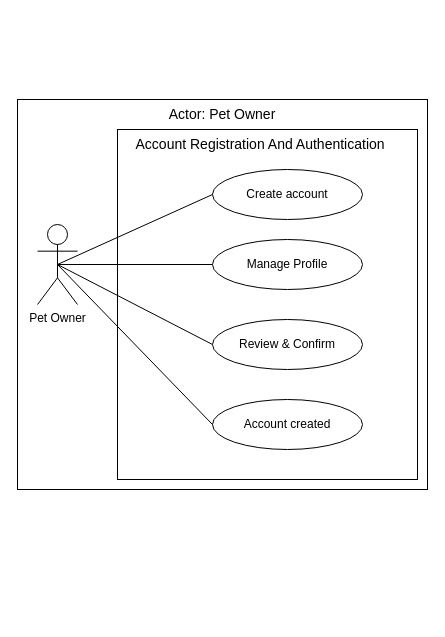
Above: page "figure 1" (1 of 10) of USE-CASE_Diagram_Franco.drawio in Chels013/Breedr-Diagrams (draw.io), before the change. Source tidied: cells renumbered, new cells numbered last; positions are measured from the earlier drawing's top-left corner, leaving out a move shared by most shapes. Both pictures are drawn from the tidied source at 100%, with x=0, y=0 at pixel (17, 17).
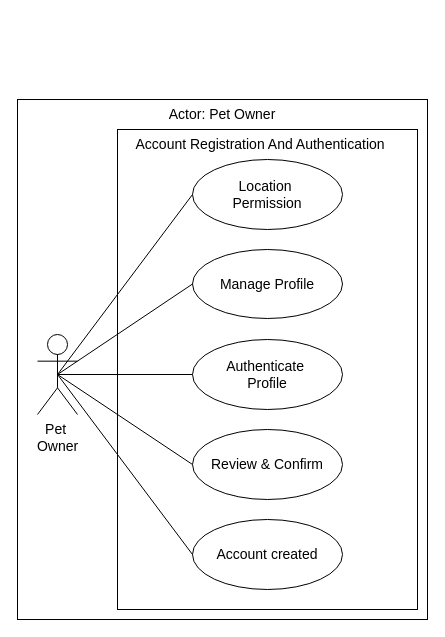
The same diagram, later.

The edit, as a diff of the source:
```diff
@@
 <mxGraphModel>
   <root>
     <mxCell id="0" />
     <mxCell id="1" parent="0" />
     <mxCell id="2" value="&lt;div&gt;&lt;div&gt;&lt;/div&gt;&lt;/div&gt;" style="rounded=0;whiteSpace=wrap;html=1;" parent="1" vertex="1">
-      <mxGeometry y="82" width="410" height="390" as="geometry" />
+      <mxGeometry y="82" width="410" height="520" as="geometry" />
     </mxCell>
     <mxCell id="3" value="&lt;div&gt;&lt;/div&gt;" style="text;html=1;align=center;verticalAlign=middle;strokeColor=none;fillColor=none;" parent="1" vertex="1">
       <mxGeometry x="340" width="20" height="10" as="geometry" />
     </mxCell>
-    <mxCell id="4" value="Pet Owner" style="shape=umlActor;verticalLabelPosition=bottom;verticalAlign=top;html=1;outlineConnect=0;" parent="1" vertex="1">
-      <mxGeometry x="20" y="207" width="40" height="80" as="geometry" />
+    <mxCell id="4" value="&lt;font style=&quot;font-size: 14px;&quot;&gt;Pet&amp;nbsp;&lt;/font&gt;&lt;div&gt;&lt;font style=&quot;font-size: 14px;&quot;&gt;Owner&lt;/font&gt;&lt;/div&gt;" style="shape=umlActor;verticalLabelPosition=bottom;verticalAlign=top;html=1;outlineConnect=0;" parent="1" vertex="1">
+      <mxGeometry x="20" y="317" width="40" height="80" as="geometry" />
     </mxCell>
     <mxCell id="5" value="&lt;font style=&quot;color: rgb(0, 0, 0);&quot;&gt;Actor: Pet Owner&lt;/font&gt;" style="text;html=1;align=center;verticalAlign=middle;whiteSpace=wrap;rounded=0;fontFamily=Helvetica;fontSize=14;fontColor=default;" parent="1" vertex="1">
       <mxGeometry x="25" y="82" width="360" height="30" as="geometry" />
     </mxCell>
     <mxCell id="6" style="rounded=0;whiteSpace=wrap;html=1;align=center;verticalAlign=middle;fontFamily=Helvetica;fontSize=12;fontColor=default;fillColor=none;gradientColor=none;" parent="1" vertex="1">
-      <mxGeometry x="100" y="112" width="300" height="350" as="geometry" />
+      <mxGeometry x="100" y="112" width="300" height="480" as="geometry" />
     </mxCell>
     <mxCell id="7" value="Account Registration And Authentication&amp;nbsp;" style="text;html=1;align=center;verticalAlign=middle;whiteSpace=wrap;rounded=0;fontFamily=Helvetica;fontSize=14;fontColor=default;" parent="1" vertex="1">
       <mxGeometry x="100" y="112" width="290" height="30" as="geometry" />
     </mxCell>
-    <mxCell id="8" value="Create account" style="ellipse;whiteSpace=wrap;html=1;rounded=0;align=center;verticalAlign=middle;fontFamily=Helvetica;fontSize=12;fontColor=default;fillColor=#FFFFFF;gradientColor=none;" parent="1" vertex="1">
-      <mxGeometry x="195" y="152" width="150" height="50" as="geometry" />
-    </mxCell>
-    <mxCell id="9" value="Manage Profile" style="ellipse;whiteSpace=wrap;html=1;rounded=0;align=center;verticalAlign=middle;fontFamily=Helvetica;fontSize=12;fontColor=default;fillColor=#FFFFFF;gradientColor=none;" parent="1" vertex="1">
-      <mxGeometry x="195" y="222" width="150" height="50" as="geometry" />
+    <mxCell id="9" value="&lt;font style=&quot;font-size: 14px;&quot;&gt;Manage Profile&lt;/font&gt;" style="ellipse;whiteSpace=wrap;html=1;rounded=0;align=center;verticalAlign=middle;fontFamily=Helvetica;fontSize=12;fontColor=default;fillColor=#FFFFFF;gradientColor=none;" parent="1" vertex="1">
+      <mxGeometry x="175" y="232" width="150" height="69" as="geometry" />
     </mxCell>
-    <mxCell id="10" style="endArrow=none;html=1;entryX=0;entryY=0.5;entryDx=0;entryDy=0;exitX=0.5;exitY=0.5;exitDx=0;exitDy=0;exitPerimeter=0;" parent="1" edge="1" source="4" target="8">
-      <mxGeometry relative="1" as="geometry" />
-    </mxCell>
     <mxCell id="11" style="endArrow=none;html=1;entryX=0;entryY=0.5;entryDx=0;entryDy=0;exitX=0.5;exitY=0.5;exitDx=0;exitDy=0;exitPerimeter=0;" parent="1" edge="1" source="4" target="9">
       <mxGeometry relative="1" as="geometry" />
     </mxCell>
-    <mxCell id="12" value="Review &amp;amp; Confirm" style="ellipse;whiteSpace=wrap;html=1;rounded=0;align=center;verticalAlign=middle;fontFamily=Helvetica;fontSize=12;fontColor=default;fillColor=#FFFFFF;gradientColor=none;" parent="1" vertex="1">
-      <mxGeometry x="195" y="302" width="150" height="50" as="geometry" />
+    <mxCell id="12" value="&lt;font style=&quot;font-size: 14px;&quot;&gt;Review &amp;amp; Confirm&lt;/font&gt;" style="ellipse;whiteSpace=wrap;html=1;rounded=0;align=center;verticalAlign=middle;fontFamily=Helvetica;fontSize=12;fontColor=default;fillColor=#FFFFFF;gradientColor=none;" parent="1" vertex="1">
+      <mxGeometry x="175" y="412" width="150" height="70" as="geometry" />
     </mxCell>
-    <mxCell id="13" value="Account created" style="ellipse;whiteSpace=wrap;html=1;rounded=0;align=center;verticalAlign=middle;fontFamily=Helvetica;fontSize=12;fontColor=default;fillColor=#FFFFFF;gradientColor=none;" parent="1" vertex="1">
-      <mxGeometry x="195" y="382" width="150" height="50" as="geometry" />
+    <mxCell id="13" value="&lt;font style=&quot;font-size: 14px;&quot;&gt;Account created&lt;/font&gt;" style="ellipse;whiteSpace=wrap;html=1;rounded=0;align=center;verticalAlign=middle;fontFamily=Helvetica;fontSize=12;fontColor=default;fillColor=#FFFFFF;gradientColor=none;" parent="1" vertex="1">
+      <mxGeometry x="175" y="502" width="150" height="70" as="geometry" />
     </mxCell>
     <mxCell id="14" style="endArrow=none;html=1;entryX=0;entryY=0.5;entryDx=0;entryDy=0;exitX=0.5;exitY=0.5;exitDx=0;exitDy=0;exitPerimeter=0;" parent="1" edge="1" source="4" target="13">
       <mxGeometry relative="1" as="geometry" />
     </mxCell>
     <mxCell id="15" style="endArrow=none;html=1;entryX=0;entryY=0.5;entryDx=0;entryDy=0;exitX=0.5;exitY=0.5;exitDx=0;exitDy=0;exitPerimeter=0;" parent="1" edge="1" source="4" target="12">
       <mxGeometry relative="1" as="geometry" />
     </mxCell>
+    <mxCell id="16" value="&lt;font style=&quot;font-size: 14px;&quot;&gt;Location&amp;nbsp;&lt;/font&gt;&lt;div&gt;&lt;font style=&quot;font-size: 14px;&quot;&gt;Permission&lt;/font&gt;&lt;/div&gt;" style="ellipse;whiteSpace=wrap;html=1;rounded=0;align=center;verticalAlign=middle;fontFamily=Helvetica;fontSize=12;fontColor=default;fillColor=#FFFFFF;gradientColor=none;" parent="1" vertex="1">
+      <mxGeometry x="175" y="142" width="150" height="70" as="geometry" />
+    </mxCell>
+    <mxCell id="17" value="&lt;font style=&quot;font-size: 14px;&quot;&gt;Authenticate&amp;nbsp;&lt;/font&gt;&lt;div&gt;&lt;font style=&quot;font-size: 14px;&quot;&gt;Profile&lt;/font&gt;&lt;/div&gt;" style="ellipse;whiteSpace=wrap;html=1;rounded=0;align=center;verticalAlign=middle;fontFamily=Helvetica;fontSize=12;fontColor=default;fillColor=#FFFFFF;gradientColor=none;" parent="1" vertex="1">
+      <mxGeometry x="175" y="322" width="150" height="70" as="geometry" />
+    </mxCell>
+    <mxCell id="18" style="endArrow=none;html=1;entryX=0;entryY=0.5;entryDx=0;entryDy=0;exitX=0.5;exitY=0.5;exitDx=0;exitDy=0;exitPerimeter=0;" parent="1" edge="1" source="4" target="17">
+      <mxGeometry relative="1" as="geometry" />
+    </mxCell>
+    <mxCell id="19" style="endArrow=none;html=1;entryX=0;entryY=0.5;entryDx=0;entryDy=0;exitX=0.5;exitY=0.5;exitDx=0;exitDy=0;exitPerimeter=0;" parent="1" edge="1" source="4" target="16">
+      <mxGeometry relative="1" as="geometry" />
+    </mxCell>
   </root>
 </mxGraphModel>
```
